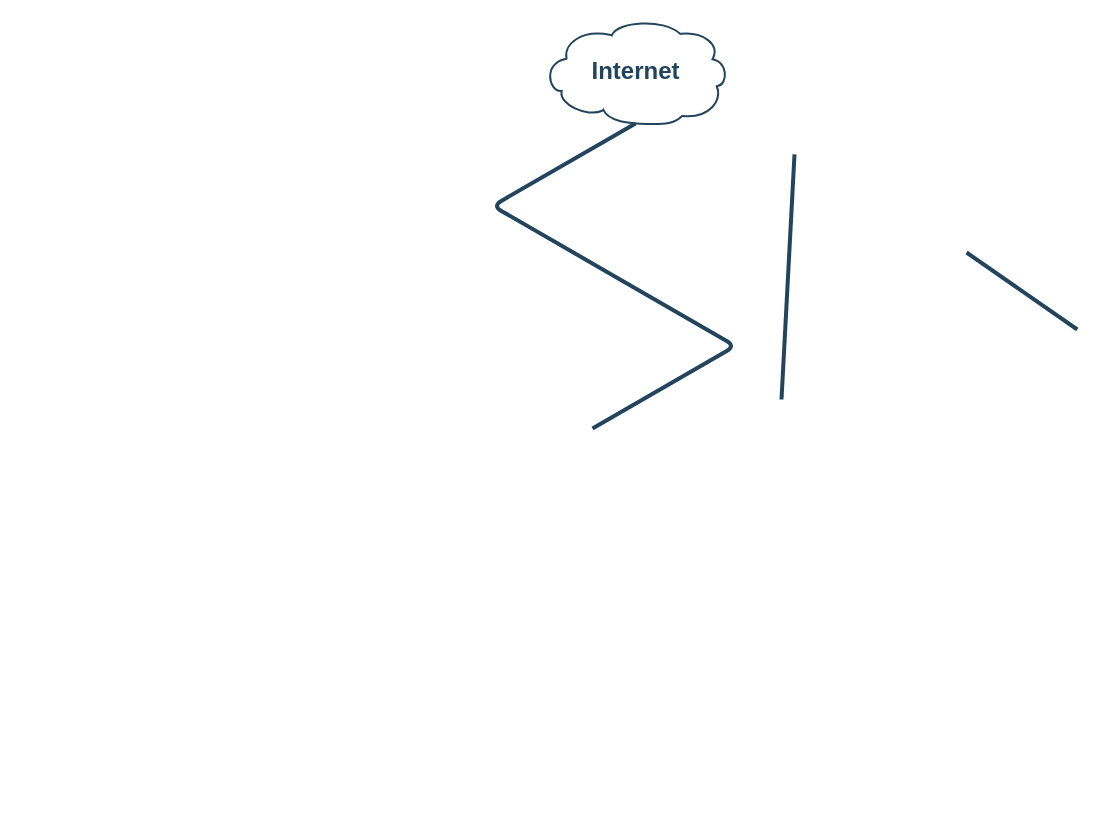
Earlier version of the draw.io diagram Untitled Diagram.drawio (FluffyTrooper2001/flippy-floppy). Source tidied: cells renumbered, new cells numbered last; positions are measured from the earlier drawing's top-left corner, leaving out a move shared by most shapes. Both pictures are drawn from the tidied source at 100%, with x=0, y=0 at pixel (542, 18).
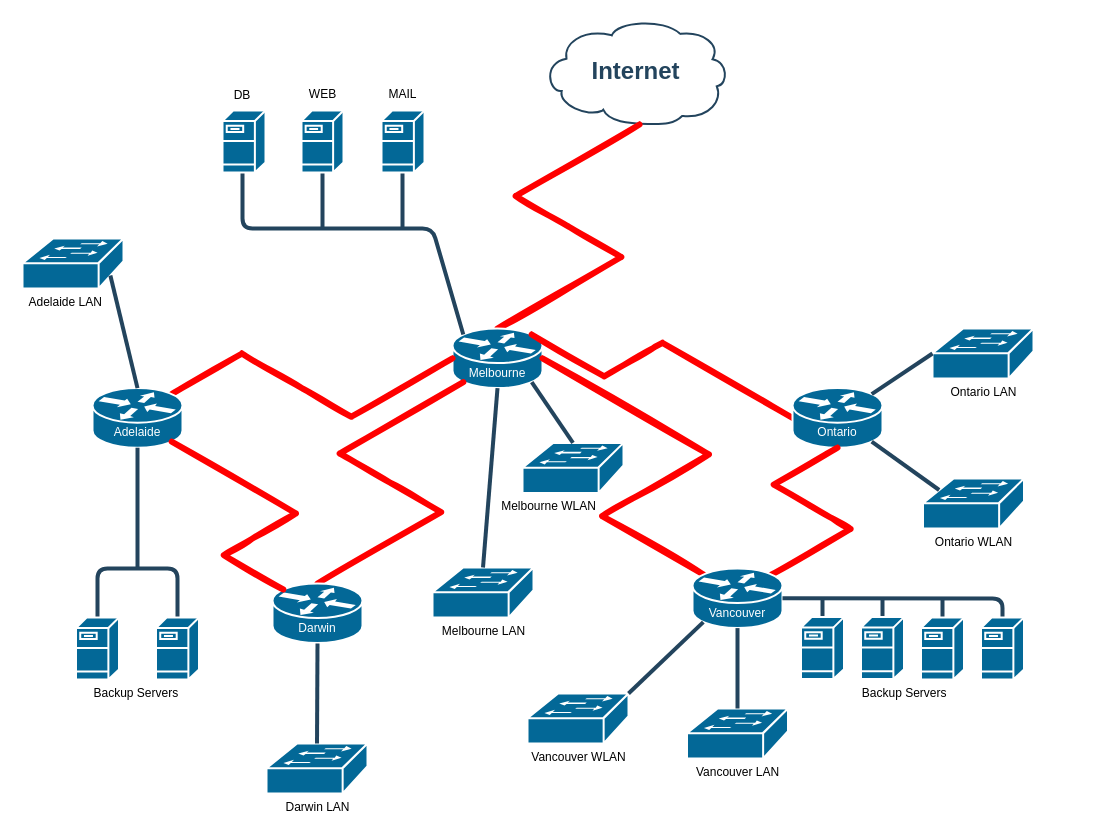
After the change.

The change refers to these unchanged cells:
```xml
<mxCell id="2" value="Internet" style="shape=mxgraph.cisco.storage.cloud;html=1;dashed=0;strokeColor=#23445D;fillColor=#ffffff;strokeWidth=2;fontFamily=Helvetica;fontSize=24;fontColor=#23445D;align=center;fontStyle=1;" parent="1" vertex="1">
  <mxGeometry width="186" height="106" as="geometry" />
</mxCell>
```

Change to the diagram source:
```diff
@@
-    <mxCell id="3" style="elbow=horizontal;endArrow=none;html=1;strokeColor=#23445D;endFill=0;strokeWidth=4;rounded=1;" parent="1" edge="1">
-      <mxGeometry relative="1" as="geometry">
-        <mxPoint x="534.8" y="311" as="sourcePoint" />
-        <mxPoint x="424.1" y="234" as="targetPoint" />
-      </mxGeometry>
-    </mxCell>
-    <mxCell id="4" style="elbow=horizontal;endArrow=none;html=1;strokeColor=#23445D;endFill=0;strokeWidth=4;rounded=1;entryX=0.5;entryY=0.99;entryDx=0;entryDy=0;entryPerimeter=0;" parent="1" edge="1">
-      <mxGeometry relative="1" as="geometry">
-        <mxPoint x="239" y="381" as="sourcePoint" />
-        <mxPoint x="252" y="135.9" as="targetPoint" />
-      </mxGeometry>
-    </mxCell>
-    <mxCell id="5" style="edgeStyle=isometricEdgeStyle;endArrow=none;html=1;entryX=0.5;entryY=0.99;entryDx=0;entryDy=0;entryPerimeter=0;strokeColor=#23445D;strokeWidth=4;" parent="1" edge="1" target="2">
-      <mxGeometry relative="1" as="geometry">
-        <mxPoint x="50" y="410" as="sourcePoint" />
-      </mxGeometry>
-    </mxCell>
+    <mxCell id="6" style="edgeStyle=isometricEdgeStyle;rounded=0;jettySize=auto;html=1;strokeColor=#FF0000;strokeWidth=6;endArrow=none;endFill=0;sketch=1;exitX=0.5;exitY=0;exitDx=0;exitDy=0;exitPerimeter=0;" parent="1" edge="1" source="7">
+      <mxGeometry relative="1" as="geometry">
+        <mxPoint x="97" y="106" as="targetPoint" />
+      </mxGeometry>
+    </mxCell>
+    <mxCell id="7" style="shape=mxgraph.cisco.routers.router;html=1;dashed=0;fillColor=#036897;strokeColor=#ffffff;strokeWidth=2;verticalLabelPosition=bottom;verticalAlign=top;align=center;outlineConnect=0;" parent="1" vertex="1">
+      <mxGeometry x="-90" y="310" width="90" height="59.6" as="geometry" />
+    </mxCell>
+    <mxCell id="8" style="edgeStyle=isometricEdgeStyle;rounded=0;jettySize=auto;html=1;strokeColor=#FF0000;strokeWidth=6;endArrow=none;endFill=0;sketch=1;elbow=vertical;entryX=0.88;entryY=0.1;entryDx=0;entryDy=0;entryPerimeter=0;exitX=0;exitY=0.5;exitDx=0;exitDy=0;exitPerimeter=0;" parent="1" edge="1" source="9" target="7">
+      <mxGeometry relative="1" as="geometry">
+        <Array as="points">
+          <mxPoint x="110" y="330" />
+          <mxPoint x="130" y="314" />
+        </Array>
+      </mxGeometry>
+    </mxCell>
+    <mxCell id="9" style="shape=mxgraph.cisco.routers.router;html=1;dashed=0;fillColor=#036897;strokeColor=#ffffff;strokeWidth=2;verticalLabelPosition=bottom;verticalAlign=top;align=center;outlineConnect=0;" parent="1" vertex="1">
+      <mxGeometry x="250" y="369.6" width="90" height="59.6" as="geometry" />
+    </mxCell>
+    <mxCell id="10" style="edgeStyle=isometricEdgeStyle;rounded=0;jettySize=auto;html=1;strokeColor=#FF0000;strokeWidth=6;endArrow=none;endFill=0;sketch=1;elbow=vertical;entryX=1;entryY=0.5;entryDx=0;entryDy=0;entryPerimeter=0;exitX=0.12;exitY=0.1;exitDx=0;exitDy=0;exitPerimeter=0;" parent="1" edge="1" source="12" target="7">
+      <mxGeometry relative="1" as="geometry">
+        <Array as="points">
+          <mxPoint x="90" y="480" />
+        </Array>
+      </mxGeometry>
+    </mxCell>
+    <mxCell id="11" style="edgeStyle=isometricEdgeStyle;rounded=0;jettySize=auto;html=1;strokeColor=#FF0000;strokeWidth=6;endArrow=none;endFill=0;sketch=1;entryX=0.5;entryY=1;entryDx=0;entryDy=0;entryPerimeter=0;exitX=0.88;exitY=0.1;exitDx=0;exitDy=0;exitPerimeter=0;" parent="1" edge="1" source="12" target="9">
+      <mxGeometry relative="1" as="geometry">
+        <Array as="points">
+          <mxPoint x="290" y="500" />
+        </Array>
+      </mxGeometry>
+    </mxCell>
+    <mxCell id="12" style="shape=mxgraph.cisco.routers.router;html=1;dashed=0;fillColor=#036897;strokeColor=#ffffff;strokeWidth=2;verticalLabelPosition=bottom;verticalAlign=top;align=center;outlineConnect=0;" parent="1" vertex="1">
+      <mxGeometry x="150" y="550" width="90" height="59.6" as="geometry" />
+    </mxCell>
+    <mxCell id="13" style="edgeStyle=isometricEdgeStyle;rounded=0;jettySize=auto;html=1;strokeColor=#FF0000;strokeWidth=6;endArrow=none;endFill=0;sketch=1;entryX=0;entryY=0.5;entryDx=0;entryDy=0;entryPerimeter=0;exitX=0.88;exitY=0.1;exitDx=0;exitDy=0;exitPerimeter=0;" parent="1" edge="1" source="21" target="7">
+      <mxGeometry relative="1" as="geometry">
+        <Array as="points">
+          <mxPoint x="-240" y="370" />
+        </Array>
+      </mxGeometry>
+    </mxCell>
+    <mxCell id="14" style="edgeStyle=isometricEdgeStyle;rounded=0;jettySize=auto;html=1;strokeColor=#FF0000;strokeWidth=6;endArrow=none;endFill=0;sketch=1;entryX=0.12;entryY=0.9;entryDx=0;entryDy=0;entryPerimeter=0;exitX=0.5;exitY=0;exitDx=0;exitDy=0;exitPerimeter=0;" parent="1" edge="1" source="23" target="7">
+      <mxGeometry relative="1" as="geometry" />
+    </mxCell>
+    <mxCell id="15" style="elbow=horizontal;endArrow=none;html=1;strokeColor=#23445D;endFill=0;strokeWidth=4;rounded=1;entryX=0.12;entryY=0.1;entryDx=0;entryDy=0;entryPerimeter=0;" parent="1" edge="1" target="7">
+      <mxGeometry relative="1" as="geometry">
+        <mxPoint x="-300" y="150" as="sourcePoint" />
+        <Array as="points">
+          <mxPoint x="-300" y="210" />
+          <mxPoint x="-110" y="210" />
+        </Array>
+      </mxGeometry>
+    </mxCell>
+    <mxCell id="16" style="elbow=horizontal;endArrow=none;html=1;strokeColor=#23445D;endFill=0;strokeWidth=4;rounded=1;" parent="1" edge="1">
+      <mxGeometry relative="1" as="geometry">
+        <mxPoint x="-220" y="210" as="sourcePoint" />
+        <mxPoint x="-220" y="150" as="targetPoint" />
+      </mxGeometry>
+    </mxCell>
+    <mxCell id="17" style="elbow=horizontal;endArrow=none;html=1;strokeColor=#23445D;endFill=0;strokeWidth=4;rounded=1;" parent="1" edge="1">
+      <mxGeometry relative="1" as="geometry">
+        <mxPoint x="-140" y="210" as="sourcePoint" />
+        <mxPoint x="-140" y="150" as="targetPoint" />
+      </mxGeometry>
+    </mxCell>
+    <mxCell id="18" value="&lt;font color=&quot;#ffffff&quot;&gt;Melbourne&lt;/font&gt;" style="text;html=1;strokeColor=none;fillColor=none;align=center;verticalAlign=middle;whiteSpace=wrap;rounded=0;" parent="1" vertex="1">
+      <mxGeometry x="-75" y="339.6" width="60" height="30" as="geometry" />
+    </mxCell>
+    <mxCell id="19" value="&lt;font color=&quot;#ffffff&quot;&gt;Ontario&lt;/font&gt;" style="text;html=1;strokeColor=none;fillColor=none;align=center;verticalAlign=middle;whiteSpace=wrap;rounded=0;" parent="1" vertex="1">
+      <mxGeometry x="265" y="399.2" width="60" height="30" as="geometry" />
+    </mxCell>
+    <mxCell id="20" value="&lt;font color=&quot;#ffffff&quot;&gt;Vancouver&lt;/font&gt;" style="text;html=1;strokeColor=none;fillColor=none;align=center;verticalAlign=middle;whiteSpace=wrap;rounded=0;" parent="1" vertex="1">
+      <mxGeometry x="165" y="579.8" width="60" height="30" as="geometry" />
+    </mxCell>
+    <mxCell id="21" style="shape=mxgraph.cisco.routers.router;html=1;dashed=0;fillColor=#036897;strokeColor=#ffffff;strokeWidth=2;verticalLabelPosition=bottom;verticalAlign=top;align=center;outlineConnect=0;" parent="1" vertex="1">
+      <mxGeometry x="-450" y="369.6" width="90" height="59.6" as="geometry" />
+    </mxCell>
+    <mxCell id="22" value="&lt;font color=&quot;#ffffff&quot;&gt;Adelaide&lt;/font&gt;" style="text;html=1;strokeColor=none;fillColor=none;align=center;verticalAlign=middle;whiteSpace=wrap;rounded=0;" parent="1" vertex="1">
+      <mxGeometry x="-435" y="399.2" width="60" height="30" as="geometry" />
+    </mxCell>
+    <mxCell id="23" style="shape=mxgraph.cisco.routers.router;html=1;dashed=0;fillColor=#036897;strokeColor=#ffffff;strokeWidth=2;verticalLabelPosition=bottom;verticalAlign=top;align=center;outlineConnect=0;" parent="1" vertex="1">
+      <mxGeometry x="-270" y="565" width="90" height="59.6" as="geometry" />
+    </mxCell>
+    <mxCell id="24" value="&lt;font color=&quot;#ffffff&quot;&gt;Darwin&lt;/font&gt;" style="text;html=1;strokeColor=none;fillColor=none;align=center;verticalAlign=middle;whiteSpace=wrap;rounded=0;" parent="1" vertex="1">
+      <mxGeometry x="-255" y="594.6" width="60" height="30" as="geometry" />
+    </mxCell>
+    <mxCell id="25" style="edgeStyle=isometricEdgeStyle;rounded=0;jettySize=auto;html=1;strokeColor=#FF0000;strokeWidth=6;endArrow=none;endFill=0;sketch=1;elbow=vertical;entryX=0.88;entryY=0.9;entryDx=0;entryDy=0;entryPerimeter=0;exitX=0.12;exitY=0.1;exitDx=0;exitDy=0;exitPerimeter=0;" parent="1" edge="1" source="23" target="21">
+      <mxGeometry relative="1" as="geometry">
+        <Array as="points">
+          <mxPoint x="-290" y="520" />
+        </Array>
+      </mxGeometry>
+    </mxCell>
+    <mxCell id="26" style="elbow=horizontal;endArrow=none;html=1;strokeColor=#23445D;endFill=0;strokeWidth=4;rounded=1;entryX=0.5;entryY=1;entryDx=0;entryDy=0;entryPerimeter=0;fontColor=#FFFFFF;" parent="1" edge="1" target="21">
+      <mxGeometry relative="1" as="geometry">
+        <mxPoint x="-405" y="550" as="sourcePoint" />
+        <Array as="points">
+          <mxPoint x="-405" y="490" />
+        </Array>
+      </mxGeometry>
+    </mxCell>
+    <mxCell id="27" style="elbow=horizontal;endArrow=none;html=1;strokeColor=#23445D;endFill=0;strokeWidth=4;rounded=1;fontColor=#FFFFFF;" parent="1" edge="1" source="38" target="39">
+      <mxGeometry relative="1" as="geometry">
+        <Array as="points">
+          <mxPoint x="-445" y="550" />
+          <mxPoint x="-365" y="550" />
+        </Array>
+      </mxGeometry>
+    </mxCell>
+    <mxCell id="28" style="elbow=horizontal;endArrow=none;html=1;strokeColor=#23445D;endFill=0;strokeWidth=4;rounded=1;entryX=1;entryY=0.5;entryDx=0;entryDy=0;entryPerimeter=0;fontColor=#FFFFFF;" parent="1" edge="1" source="40" target="12">
+      <mxGeometry relative="1" as="geometry">
+        <Array as="points">
+          <mxPoint x="460" y="580" />
+        </Array>
+      </mxGeometry>
+    </mxCell>
+    <mxCell id="29" style="elbow=horizontal;endArrow=none;html=1;strokeColor=#23445D;endFill=0;strokeWidth=4;rounded=1;fontColor=#FFFFFF;" parent="1" edge="1" source="41">
+      <mxGeometry relative="1" as="geometry">
+        <mxPoint x="400" y="580" as="targetPoint" />
+      </mxGeometry>
+    </mxCell>
+    <mxCell id="30" style="elbow=horizontal;endArrow=none;html=1;strokeColor=#23445D;endFill=0;strokeWidth=4;rounded=1;fontColor=#FFFFFF;" parent="1" edge="1" source="42">
+      <mxGeometry relative="1" as="geometry">
+        <mxPoint x="340" y="579.6" as="targetPoint" />
+      </mxGeometry>
+    </mxCell>
+    <mxCell id="31" style="elbow=horizontal;endArrow=none;html=1;strokeColor=#23445D;endFill=0;strokeWidth=4;rounded=1;fontColor=#FFFFFF;" parent="1" edge="1" source="43">
+      <mxGeometry relative="1" as="geometry">
+        <mxPoint x="280" y="579.6" as="targetPoint" />
+      </mxGeometry>
+    </mxCell>
+    <mxCell id="32" style="shape=mxgraph.cisco.servers.fileserver;html=1;dashed=0;fillColor=#036897;strokeColor=#ffffff;strokeWidth=2;verticalLabelPosition=bottom;verticalAlign=top;align=center;" parent="1" vertex="1">
+      <mxGeometry x="-320" y="92" width="43" height="62" as="geometry" />
+    </mxCell>
+    <mxCell id="33" style="shape=mxgraph.cisco.servers.fileserver;html=1;dashed=0;fillColor=#036897;strokeColor=#ffffff;strokeWidth=2;verticalLabelPosition=bottom;verticalAlign=top;align=center;" parent="1" vertex="1">
+      <mxGeometry x="-241" y="92" width="42" height="62" as="geometry" />
+    </mxCell>
+    <mxCell id="34" style="shape=mxgraph.cisco.servers.fileserver;html=1;dashed=0;fillColor=#036897;strokeColor=#ffffff;strokeWidth=2;verticalLabelPosition=bottom;verticalAlign=top;align=center;" parent="1" vertex="1">
+      <mxGeometry x="-161" y="92" width="43" height="62" as="geometry" />
+    </mxCell>
+    <mxCell id="35" value="DB" style="text;html=1;strokeColor=none;fillColor=none;align=center;verticalAlign=middle;whiteSpace=wrap;rounded=0;fontColor=#000000;" parent="1" vertex="1">
+      <mxGeometry x="-330" y="62" width="60" height="30" as="geometry" />
+    </mxCell>
+    <mxCell id="36" value="WEB" style="text;html=1;align=center;verticalAlign=middle;strokeColor=none;fillColor=none;fontColor=#000000;" parent="1" vertex="1">
+      <mxGeometry x="-240" y="66" width="40" height="20" as="geometry" />
+    </mxCell>
+    <mxCell id="37" value="MAIL" style="text;html=1;align=center;verticalAlign=middle;strokeColor=none;fillColor=none;fontColor=#000000;" parent="1" vertex="1">
+      <mxGeometry x="-160" y="66" width="40" height="20" as="geometry" />
+    </mxCell>
+    <mxCell id="38" value="&amp;nbsp; &amp;nbsp; &amp;nbsp; &amp;nbsp; &amp;nbsp; &amp;nbsp; &amp;nbsp; &amp;nbsp; &amp;nbsp; &amp;nbsp; &amp;nbsp; &amp;nbsp;Backup Servers" style="shape=mxgraph.cisco.servers.fileserver;html=1;dashed=0;fillColor=#036897;strokeColor=#ffffff;strokeWidth=2;verticalLabelPosition=bottom;verticalAlign=top;align=center;outlineConnect=0;fontColor=#000000;" parent="1" vertex="1">
+      <mxGeometry x="-466.5" y="599" width="43" height="62" as="geometry" />
+    </mxCell>
+    <mxCell id="39" style="shape=mxgraph.cisco.servers.fileserver;html=1;dashed=0;fillColor=#036897;strokeColor=#ffffff;strokeWidth=2;verticalLabelPosition=bottom;verticalAlign=top;align=center;outlineConnect=0;fontColor=#000000;" parent="1" vertex="1">
+      <mxGeometry x="-386.5" y="599" width="43" height="62" as="geometry" />
+    </mxCell>
+    <mxCell id="40" style="shape=mxgraph.cisco.servers.fileserver;html=1;dashed=0;fillColor=#036897;strokeColor=#ffffff;strokeWidth=2;verticalLabelPosition=bottom;verticalAlign=top;align=center;outlineConnect=0;fontColor=#000000;" parent="1" vertex="1">
+      <mxGeometry x="438.5" y="599" width="43" height="62" as="geometry" />
+    </mxCell>
+    <mxCell id="41" style="shape=mxgraph.cisco.servers.fileserver;html=1;dashed=0;fillColor=#036897;strokeColor=#ffffff;strokeWidth=2;verticalLabelPosition=bottom;verticalAlign=top;align=center;outlineConnect=0;fontColor=#000000;" parent="1" vertex="1">
+      <mxGeometry x="378.5" y="599" width="43" height="62" as="geometry" />
+    </mxCell>
+    <mxCell id="42" value="&amp;nbsp; &amp;nbsp; &amp;nbsp; &amp;nbsp; &amp;nbsp; &amp;nbsp; &amp;nbsp;Backup Servers" style="shape=mxgraph.cisco.servers.fileserver;html=1;dashed=0;fillColor=#036897;strokeColor=#ffffff;strokeWidth=2;verticalLabelPosition=bottom;verticalAlign=top;align=center;outlineConnect=0;fontColor=#000000;" parent="1" vertex="1">
+      <mxGeometry x="318.5" y="598.6" width="43" height="62" as="geometry" />
+    </mxCell>
+    <mxCell id="43" style="shape=mxgraph.cisco.servers.fileserver;html=1;dashed=0;fillColor=#036897;strokeColor=#ffffff;strokeWidth=2;verticalLabelPosition=bottom;verticalAlign=top;align=center;outlineConnect=0;fontColor=#000000;" parent="1" vertex="1">
+      <mxGeometry x="258.5" y="598.6" width="43" height="62" as="geometry" />
+    </mxCell>
+    <mxCell id="44" value="Melbourne LAN" style="shape=mxgraph.cisco.switches.workgroup_switch;html=1;dashed=0;fillColor=#036897;strokeColor=#ffffff;strokeWidth=2;verticalLabelPosition=bottom;verticalAlign=top;align=center;outlineConnect=0;fontColor=#000000;" parent="1" vertex="1">
+      <mxGeometry x="-110" y="549" width="101" height="50" as="geometry" />
+    </mxCell>
+    <mxCell id="45" style="elbow=horizontal;endArrow=none;html=1;strokeColor=#23445D;endFill=0;strokeWidth=4;rounded=1;fontColor=#000000;exitX=0.5;exitY=0;exitDx=0;exitDy=0;exitPerimeter=0;entryX=0.5;entryY=1;entryDx=0;entryDy=0;entryPerimeter=0;" parent="1" edge="1" source="44" target="7">
+      <mxGeometry relative="1" as="geometry" />
+    </mxCell>
+    <mxCell id="46" value="Melbourne WLAN&amp;nbsp; &amp;nbsp; &amp;nbsp; &amp;nbsp; &amp;nbsp; &amp;nbsp; &amp;nbsp; &amp;nbsp;" style="shape=mxgraph.cisco.switches.workgroup_switch;html=1;dashed=0;fillColor=#036897;strokeColor=#ffffff;strokeWidth=2;verticalLabelPosition=bottom;verticalAlign=top;align=center;outlineConnect=0;fontColor=#000000;" parent="1" vertex="1">
+      <mxGeometry x="-20" y="424.4" width="101" height="50" as="geometry" />
+    </mxCell>
+    <mxCell id="47" style="elbow=horizontal;endArrow=none;html=1;strokeColor=#23445D;endFill=0;strokeWidth=4;rounded=1;fontColor=#000000;exitX=0.5;exitY=0;exitDx=0;exitDy=0;exitPerimeter=0;entryX=0.88;entryY=0.9;entryDx=0;entryDy=0;entryPerimeter=0;" parent="1" edge="1" source="46" target="7">
+      <mxGeometry relative="1" as="geometry" />
+    </mxCell>
+    <mxCell id="48" value="Adelaide LAN&amp;nbsp; &amp;nbsp; &amp;nbsp;" style="shape=mxgraph.cisco.switches.workgroup_switch;html=1;dashed=0;fillColor=#036897;strokeColor=#ffffff;strokeWidth=2;verticalLabelPosition=bottom;verticalAlign=top;align=center;outlineConnect=0;fontColor=#000000;" parent="1" vertex="1">
+      <mxGeometry x="-520" y="220" width="101" height="50" as="geometry" />
+    </mxCell>
+    <mxCell id="49" style="elbow=horizontal;endArrow=none;html=1;strokeColor=#23445D;endFill=0;strokeWidth=4;rounded=1;fontColor=#000000;exitX=0.87;exitY=0.74;exitDx=0;exitDy=0;exitPerimeter=0;entryX=0.5;entryY=0;entryDx=0;entryDy=0;entryPerimeter=0;" parent="1" edge="1" source="48" target="21">
+      <mxGeometry relative="1" as="geometry" />
+    </mxCell>
+    <mxCell id="50" value="Darwin LAN" style="shape=mxgraph.cisco.switches.workgroup_switch;html=1;dashed=0;fillColor=#036897;strokeColor=#ffffff;strokeWidth=2;verticalLabelPosition=bottom;verticalAlign=top;align=center;outlineConnect=0;fontColor=#000000;" parent="1" vertex="1">
+      <mxGeometry x="-276" y="725" width="101" height="50" as="geometry" />
+    </mxCell>
+    <mxCell id="51" style="elbow=horizontal;endArrow=none;html=1;strokeColor=#23445D;endFill=0;strokeWidth=4;rounded=1;fontColor=#000000;exitX=0.5;exitY=0;exitDx=0;exitDy=0;exitPerimeter=0;" parent="1" edge="1" source="50">
+      <mxGeometry relative="1" as="geometry">
+        <mxPoint x="-225" y="625" as="targetPoint" />
+      </mxGeometry>
+    </mxCell>
+    <mxCell id="52" value="Vancouver WLAN" style="shape=mxgraph.cisco.switches.workgroup_switch;html=1;dashed=0;fillColor=#036897;strokeColor=#ffffff;strokeWidth=2;verticalLabelPosition=bottom;verticalAlign=top;align=center;outlineConnect=0;fontColor=#000000;" parent="1" vertex="1">
+      <mxGeometry x="-15" y="675" width="101" height="50" as="geometry" />
+    </mxCell>
+    <mxCell id="53" style="elbow=horizontal;endArrow=none;html=1;strokeColor=#23445D;endFill=0;strokeWidth=4;rounded=1;fontColor=#000000;exitX=1;exitY=0;exitDx=0;exitDy=0;exitPerimeter=0;entryX=0.12;entryY=0.9;entryDx=0;entryDy=0;entryPerimeter=0;" parent="1" edge="1" source="52" target="12">
+      <mxGeometry relative="1" as="geometry" />
+    </mxCell>
+    <mxCell id="54" value="Vancouver LAN" style="shape=mxgraph.cisco.switches.workgroup_switch;html=1;dashed=0;fillColor=#036897;strokeColor=#ffffff;strokeWidth=2;verticalLabelPosition=bottom;verticalAlign=top;align=center;outlineConnect=0;fontColor=#000000;" parent="1" vertex="1">
+      <mxGeometry x="144.5" y="690" width="101" height="50" as="geometry" />
+    </mxCell>
+    <mxCell id="55" style="elbow=horizontal;endArrow=none;html=1;strokeColor=#23445D;endFill=0;strokeWidth=4;rounded=1;fontColor=#000000;exitX=0.5;exitY=0;exitDx=0;exitDy=0;exitPerimeter=0;entryX=0.5;entryY=1;entryDx=0;entryDy=0;entryPerimeter=0;" parent="1" edge="1" source="54" target="12">
+      <mxGeometry relative="1" as="geometry" />
+    </mxCell>
+    <mxCell id="56" value="Ontario LAN" style="shape=mxgraph.cisco.switches.workgroup_switch;html=1;dashed=0;fillColor=#036897;strokeColor=#ffffff;strokeWidth=2;verticalLabelPosition=bottom;verticalAlign=top;align=center;outlineConnect=0;fontColor=#000000;" parent="1" vertex="1">
+      <mxGeometry x="390" y="310" width="101" height="50" as="geometry" />
+    </mxCell>
+    <mxCell id="57" style="elbow=horizontal;endArrow=none;html=1;strokeColor=#23445D;endFill=0;strokeWidth=4;rounded=1;fontColor=#000000;exitX=0;exitY=0.5;exitDx=0;exitDy=0;exitPerimeter=0;entryX=0.88;entryY=0.1;entryDx=0;entryDy=0;entryPerimeter=0;" parent="1" edge="1" source="56" target="9">
+      <mxGeometry relative="1" as="geometry" />
+    </mxCell>
+    <mxCell id="58" value="Ontario WLAN" style="shape=mxgraph.cisco.switches.workgroup_switch;html=1;dashed=0;fillColor=#036897;strokeColor=#ffffff;strokeWidth=2;verticalLabelPosition=bottom;verticalAlign=top;align=center;outlineConnect=0;fontColor=#000000;" parent="1" vertex="1">
+      <mxGeometry x="380.5" y="460" width="101" height="50" as="geometry" />
+    </mxCell>
+    <mxCell id="59" style="elbow=horizontal;endArrow=none;html=1;strokeColor=#23445D;endFill=0;strokeWidth=4;rounded=1;fontColor=#000000;exitX=0.16;exitY=0.23;exitDx=0;exitDy=0;exitPerimeter=0;entryX=0.88;entryY=0.9;entryDx=0;entryDy=0;entryPerimeter=0;" parent="1" edge="1" source="58" target="9">
+      <mxGeometry relative="1" as="geometry" />
+    </mxCell>
```
